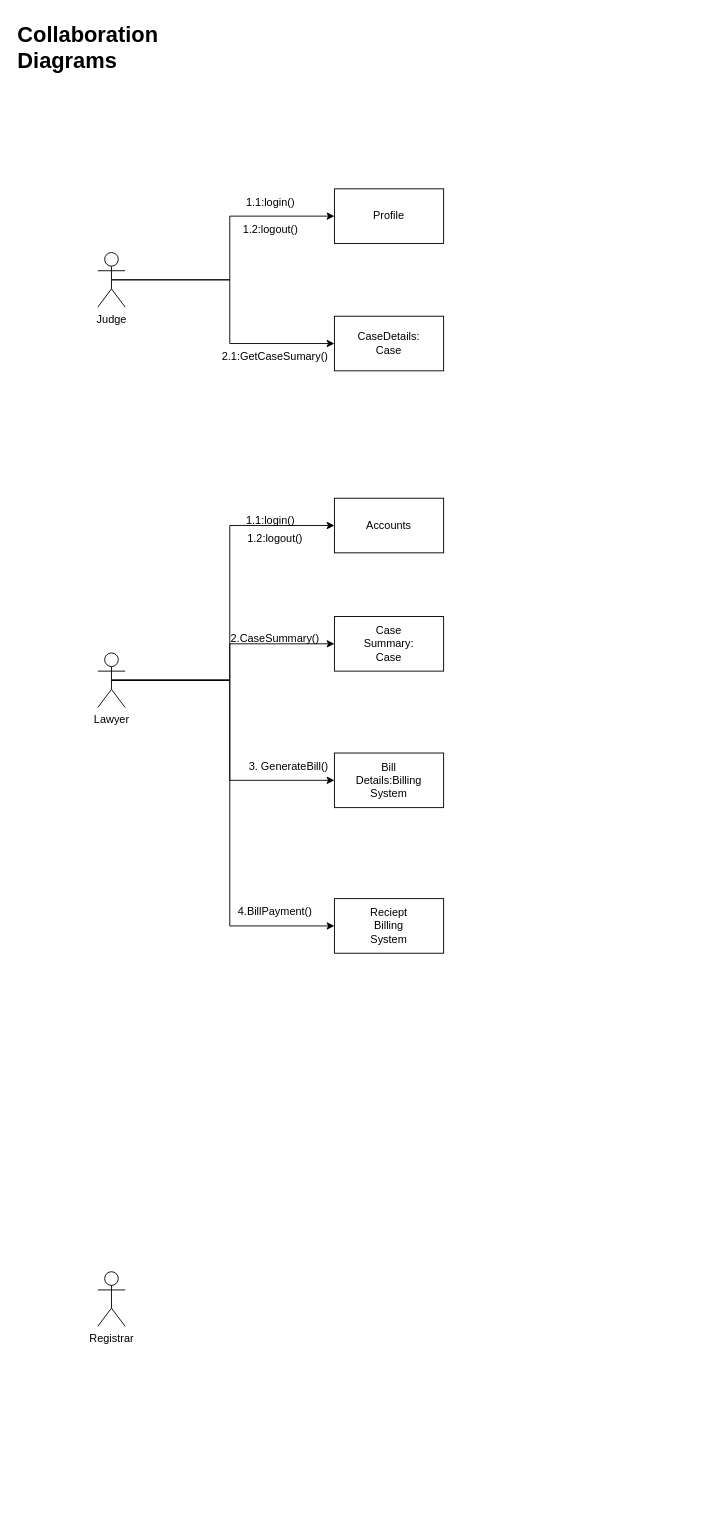
The draw.io diagram collabaration diag.drawio in amRohitKumar/software-lab, before the edit. Source tidied: cells renumbered, new cells numbered last; positions are measured from the earlier drawing's top-left corner, leaving out a move shared by most shapes. Both pictures are drawn from the tidied source at 91%, with x=0, y=0 at pixel (15, 15).
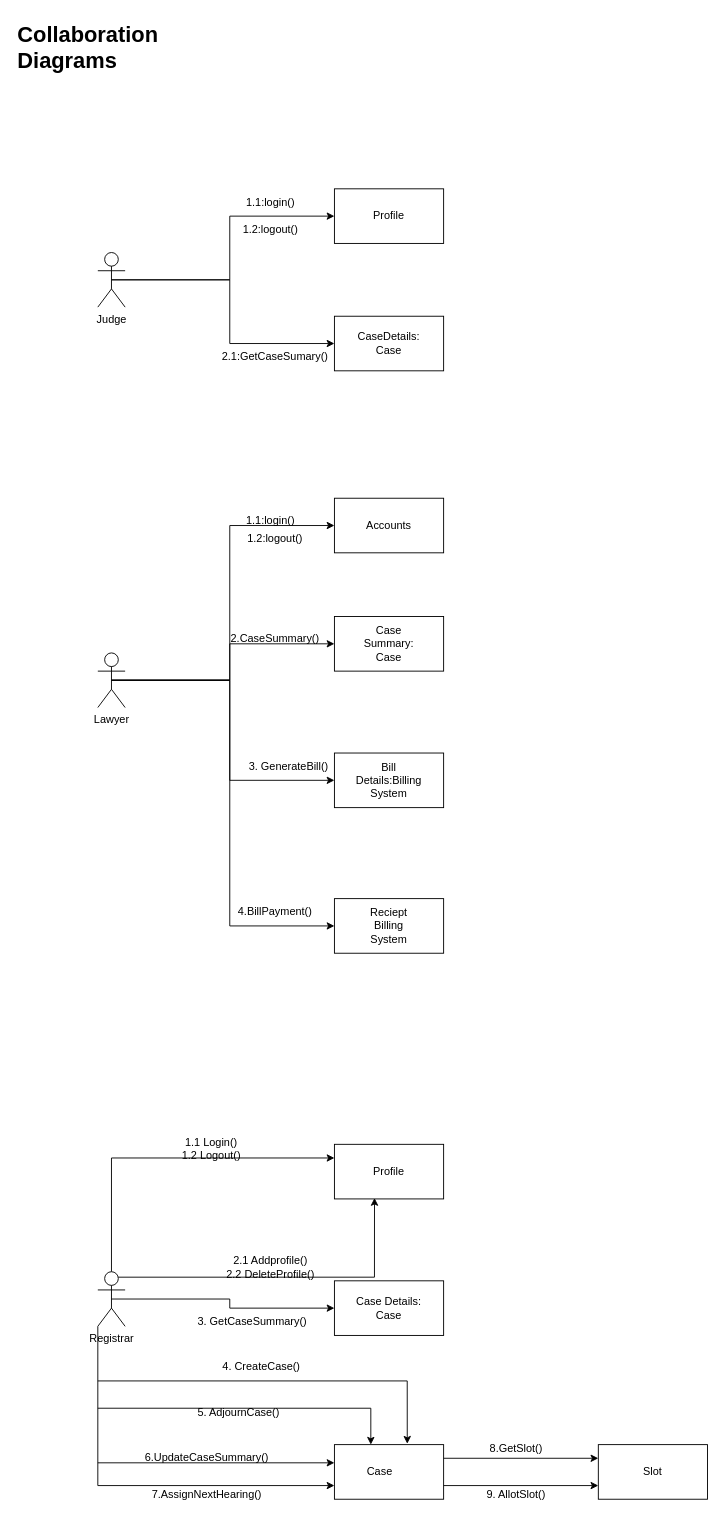
Above is the later version.

Unchanged cells that the change refers to:
```xml
<mxCell id="31" value="Registrar" style="shape=umlActor;verticalLabelPosition=bottom;verticalAlign=top;html=1;outlineConnect=0;" parent="1" vertex="1">
  <mxGeometry x="90" y="1380" width="30" height="60" as="geometry" />
</mxCell>
```

The edit, as a diff of the source:
```diff
@@
+    <mxCell id="32" style="edgeStyle=orthogonalEdgeStyle;rounded=0;jettySize=auto;html=1;exitX=0.5;exitY=0;exitDx=0;exitDy=0;exitPerimeter=0;entryX=0;entryY=0.25;entryDx=0;entryDy=0;" parent="1" edge="1" source="31" target="35">
+      <mxGeometry relative="1" as="geometry" />
+    </mxCell>
+    <mxCell id="33" style="edgeStyle=orthogonalEdgeStyle;rounded=0;jettySize=auto;html=1;exitX=0.5;exitY=0.5;exitDx=0;exitDy=0;exitPerimeter=0;entryX=0;entryY=0.5;entryDx=0;entryDy=0;" parent="1" edge="1" source="31" target="36">
+      <mxGeometry relative="1" as="geometry" />
+    </mxCell>
+    <mxCell id="34" style="edgeStyle=orthogonalEdgeStyle;rounded=0;jettySize=auto;html=1;exitX=0;exitY=1;exitDx=0;exitDy=0;exitPerimeter=0;entryX=0;entryY=0.75;entryDx=0;entryDy=0;" parent="1" edge="1" source="31" target="37">
+      <mxGeometry relative="1" as="geometry">
+        <Array as="points">
+          <mxPoint x="90" y="1615" />
+        </Array>
+      </mxGeometry>
+    </mxCell>
@@
+    <mxCell id="35" style="rounded=0;whiteSpace=wrap;html=1;" parent="1" vertex="1">
+      <mxGeometry x="350" y="1240" width="120" height="60" as="geometry" />
+    </mxCell>
+    <mxCell id="36" style="rounded=0;whiteSpace=wrap;html=1;" parent="1" vertex="1">
+      <mxGeometry x="350" y="1390" width="120" height="60" as="geometry" />
+    </mxCell>
+    <mxCell id="37" style="rounded=0;whiteSpace=wrap;html=1;" parent="1" vertex="1">
+      <mxGeometry x="350" y="1570" width="120" height="60" as="geometry" />
+    </mxCell>
+    <mxCell id="38" style="rounded=0;whiteSpace=wrap;html=1;" parent="1" vertex="1">
+      <mxGeometry x="640" y="1570" width="120" height="60" as="geometry" />
+    </mxCell>
+    <mxCell id="39" style="edgeStyle=orthogonalEdgeStyle;rounded=0;jettySize=auto;html=1;exitX=0.75;exitY=0.1;exitDx=0;exitDy=0;exitPerimeter=0;entryX=0.367;entryY=0.983;entryDx=0;entryDy=0;entryPerimeter=0;" parent="1" edge="1" source="31" target="35">
+      <mxGeometry relative="1" as="geometry" />
+    </mxCell>
+    <mxCell id="40" style="endArrow=classic;html=1;rounded=0;" parent="1" edge="1">
+      <mxGeometry relative="1" as="geometry">
+        <mxPoint x="90" y="1590" as="sourcePoint" />
+        <mxPoint x="350" y="1590" as="targetPoint" />
+      </mxGeometry>
+    </mxCell>
+    <mxCell id="41" style="endArrow=none;html=1;rounded=0;" parent="1" edge="1">
+      <mxGeometry relative="1" as="geometry">
+        <mxPoint x="90" y="1530" as="sourcePoint" />
+        <mxPoint x="390" y="1530" as="targetPoint" />
+      </mxGeometry>
+    </mxCell>
+    <mxCell id="42" style="endArrow=classic;html=1;rounded=0;" parent="1" edge="1">
+      <mxGeometry relative="1" as="geometry">
+        <mxPoint x="390" y="1530" as="sourcePoint" />
+        <mxPoint x="390" y="1570" as="targetPoint" />
+      </mxGeometry>
+    </mxCell>
+    <mxCell id="43" style="endArrow=none;html=1;rounded=0;" parent="1" edge="1">
+      <mxGeometry relative="1" as="geometry">
+        <mxPoint x="90" y="1500" as="sourcePoint" />
+        <mxPoint x="430" y="1500" as="targetPoint" />
+      </mxGeometry>
+    </mxCell>
+    <mxCell id="44" style="endArrow=classic;html=1;rounded=0;entryX=0.667;entryY=-0.017;entryDx=0;entryDy=0;entryPerimeter=0;" parent="1" edge="1" target="37">
+      <mxGeometry relative="1" as="geometry">
+        <mxPoint x="430" y="1500" as="sourcePoint" />
+      </mxGeometry>
+    </mxCell>
+    <mxCell id="45" style="endArrow=classic;html=1;rounded=0;exitX=1;exitY=0.25;exitDx=0;exitDy=0;entryX=0;entryY=0.25;entryDx=0;entryDy=0;" parent="1" edge="1" source="37" target="38">
+      <mxGeometry relative="1" as="geometry" />
+    </mxCell>
+    <mxCell id="46" style="endArrow=classic;html=1;rounded=0;exitX=1;exitY=0.75;exitDx=0;exitDy=0;entryX=0;entryY=0.75;entryDx=0;entryDy=0;" parent="1" edge="1" source="37" target="38">
+      <mxGeometry relative="1" as="geometry" />
+    </mxCell>
+    <mxCell id="47" value="Profile" style="text;html=1;align=center;verticalAlign=middle;whiteSpace=wrap;rounded=0;" parent="1" vertex="1">
+      <mxGeometry x="380" y="1255" width="60" height="30" as="geometry" />
+    </mxCell>
+    <mxCell id="48" value="Case Details: Case" style="text;html=1;align=center;verticalAlign=middle;whiteSpace=wrap;rounded=0;" parent="1" vertex="1">
+      <mxGeometry x="370" y="1405" width="80" height="30" as="geometry" />
+    </mxCell>
+    <mxCell id="49" value="Case" style="text;html=1;align=center;verticalAlign=middle;whiteSpace=wrap;rounded=0;" parent="1" vertex="1">
+      <mxGeometry x="370" y="1585" width="60" height="30" as="geometry" />
+    </mxCell>
+    <mxCell id="50" value="Slot" style="text;html=1;align=center;verticalAlign=middle;whiteSpace=wrap;rounded=0;" parent="1" vertex="1">
+      <mxGeometry x="670" y="1585" width="60" height="30" as="geometry" />
+    </mxCell>
+    <mxCell id="51" value="1.1 Login()&lt;div&gt;1.2 Logout()&lt;/div&gt;" style="text;html=1;align=center;verticalAlign=middle;whiteSpace=wrap;rounded=0;" parent="1" vertex="1">
+      <mxGeometry x="180" y="1230" width="70" height="30" as="geometry" />
+    </mxCell>
+    <mxCell id="52" value="2.1 Addprofile()&lt;div&gt;2.2 DeleteProfile()&lt;/div&gt;" style="text;html=1;align=center;verticalAlign=middle;whiteSpace=wrap;rounded=0;" parent="1" vertex="1">
+      <mxGeometry x="230" y="1360" width="100" height="30" as="geometry" />
+    </mxCell>
+    <mxCell id="53" value="3. GetCaseSummary()" style="text;html=1;align=center;verticalAlign=middle;whiteSpace=wrap;rounded=0;" parent="1" vertex="1">
+      <mxGeometry x="190" y="1420" width="140" height="30" as="geometry" />
+    </mxCell>
+    <mxCell id="54" value="4. CreateCase()" style="text;html=1;align=center;verticalAlign=middle;whiteSpace=wrap;rounded=0;" parent="1" vertex="1">
+      <mxGeometry x="200" y="1470" width="140" height="30" as="geometry" />
+    </mxCell>
+    <mxCell id="55" value="5. AdjournCase()" style="text;html=1;align=center;verticalAlign=middle;whiteSpace=wrap;rounded=0;" parent="1" vertex="1">
+      <mxGeometry x="175" y="1520" width="140" height="30" as="geometry" />
+    </mxCell>
+    <mxCell id="56" value="6.UpdateCaseSummary()" style="text;html=1;align=center;verticalAlign=middle;whiteSpace=wrap;rounded=0;" parent="1" vertex="1">
+      <mxGeometry x="140" y="1570" width="140" height="30" as="geometry" />
+    </mxCell>
+    <mxCell id="57" value="7.AssignNextHearing()" style="text;html=1;align=center;verticalAlign=middle;whiteSpace=wrap;rounded=0;" parent="1" vertex="1">
+      <mxGeometry x="140" y="1610" width="140" height="30" as="geometry" />
+    </mxCell>
+    <mxCell id="58" value="8.GetSlot()" style="text;html=1;align=center;verticalAlign=middle;whiteSpace=wrap;rounded=0;" parent="1" vertex="1">
+      <mxGeometry x="480" y="1560" width="140" height="30" as="geometry" />
+    </mxCell>
+    <mxCell id="59" value="9. AllotSlot()" style="text;html=1;align=center;verticalAlign=middle;whiteSpace=wrap;rounded=0;" parent="1" vertex="1">
+      <mxGeometry x="480" y="1610" width="140" height="30" as="geometry" />
+    </mxCell>
```
